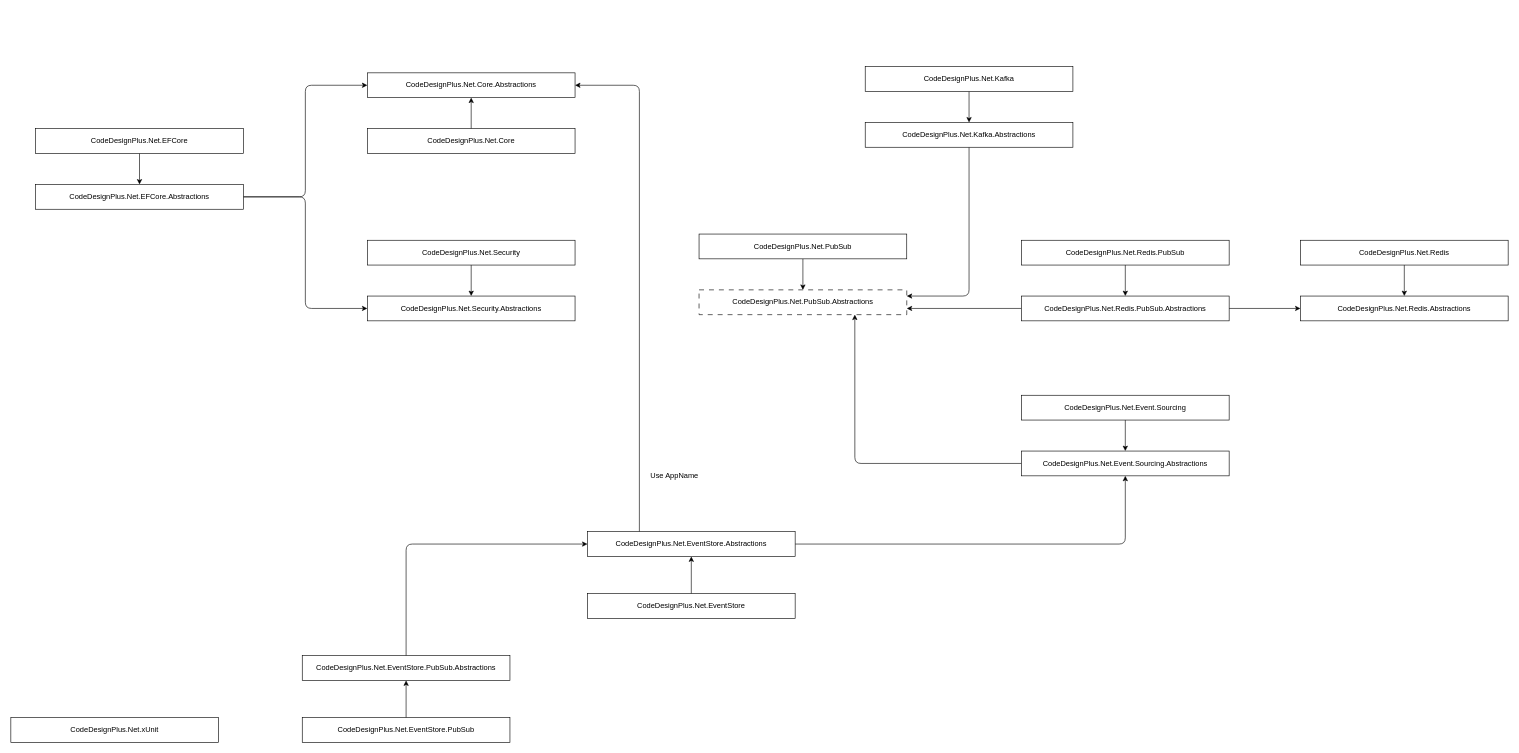
Above: packages.drawio in codedesignplus/CodeDesignPlus.Net.Sdk (draw.io), before the change. Source tidied: cells renumbered, new cells numbered last; positions are measured from the earlier drawing's top-left corner, leaving out a move shared by most shapes. Both pictures are drawn from the tidied source at 62%, with x=0, y=0 at pixel (11, 66).
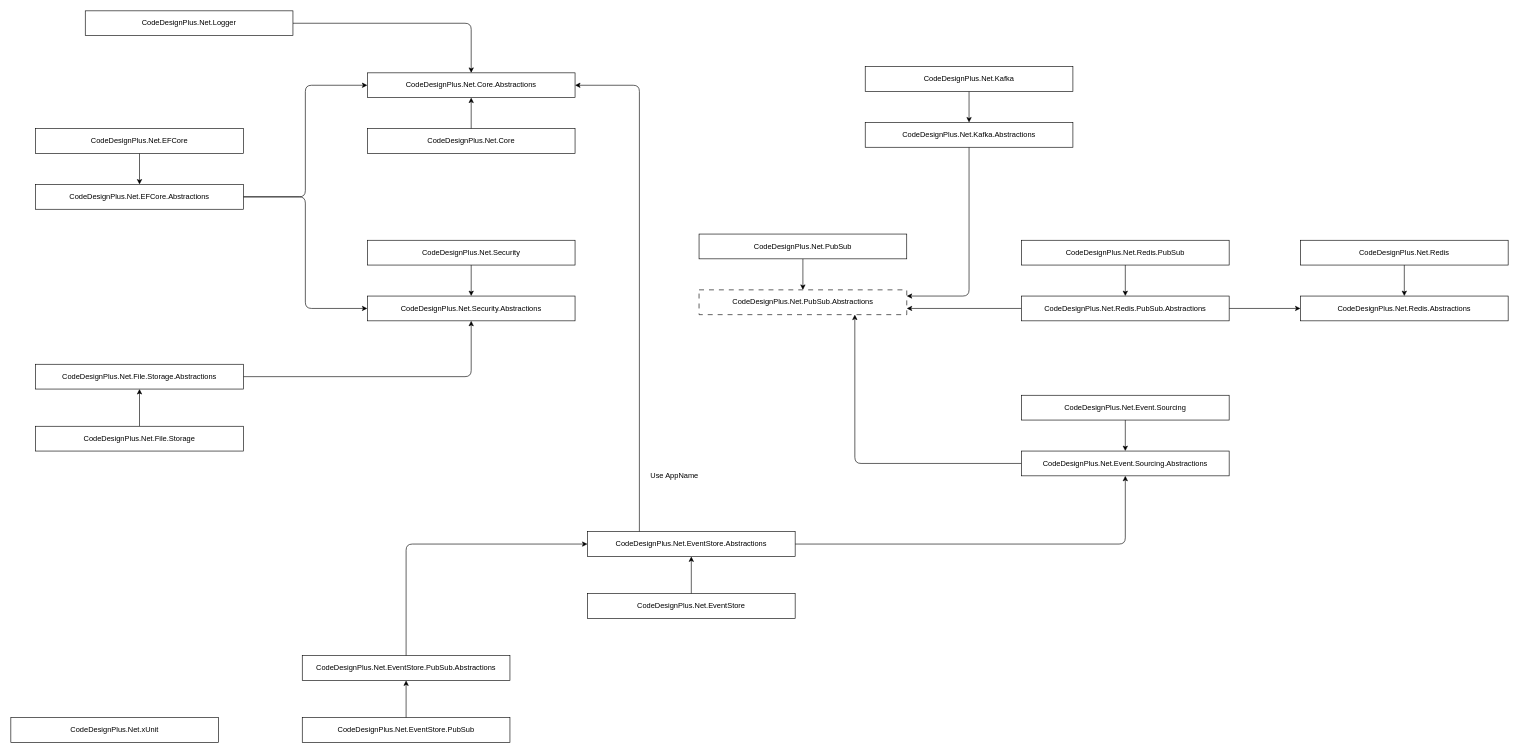
Above is the later version.

Unchanged cells that the change refers to:
```xml
<mxCell id="4" value="CodeDesignPlus.Net.Core.Abstractions" style="rounded=0;whiteSpace=wrap;html=1;" parent="1" vertex="1">
  <mxGeometry x="575" y="10" width="335" height="40" as="geometry" />
</mxCell>
<mxCell id="13" value="CodeDesignPlus.Net.Security.Abstractions" style="rounded=0;whiteSpace=wrap;html=1;" parent="1" vertex="1">
  <mxGeometry x="575" y="370" width="335" height="40" as="geometry" />
</mxCell>
```

What changed in the source:
```diff
@@
+    <mxCell id="43" style="edgeStyle=orthogonalEdgeStyle;html=1;exitX=1;exitY=0.5;exitDx=0;exitDy=0;entryX=0.5;entryY=1;entryDx=0;entryDy=0;" parent="1" edge="1" source="44" target="13">
+      <mxGeometry relative="1" as="geometry" />
+    </mxCell>
+    <mxCell id="44" value="CodeDesignPlus.Net.File.Storage.Abstractions" style="rounded=0;whiteSpace=wrap;html=1;" parent="1" vertex="1">
+      <mxGeometry x="40" y="480" width="335" height="40" as="geometry" />
+    </mxCell>
+    <mxCell id="45" style="edgeStyle=none;html=1;entryX=0.5;entryY=1;entryDx=0;entryDy=0;" parent="1" edge="1" source="46" target="44">
+      <mxGeometry relative="1" as="geometry" />
+    </mxCell>
+    <mxCell id="46" value="CodeDesignPlus.Net.File.Storage" style="rounded=0;whiteSpace=wrap;html=1;" parent="1" vertex="1">
+      <mxGeometry x="40" y="580" width="335" height="40" as="geometry" />
+    </mxCell>
+    <mxCell id="47" style="edgeStyle=orthogonalEdgeStyle;html=1;exitX=1;exitY=0.5;exitDx=0;exitDy=0;entryX=0.5;entryY=0;entryDx=0;entryDy=0;" parent="1" edge="1" source="48" target="4">
+      <mxGeometry relative="1" as="geometry" />
+    </mxCell>
+    <mxCell id="48" value="CodeDesignPlus.Net.Logger" style="rounded=0;whiteSpace=wrap;html=1;" parent="1" vertex="1">
+      <mxGeometry x="120" y="-90" width="335" height="40" as="geometry" />
+    </mxCell>
```
